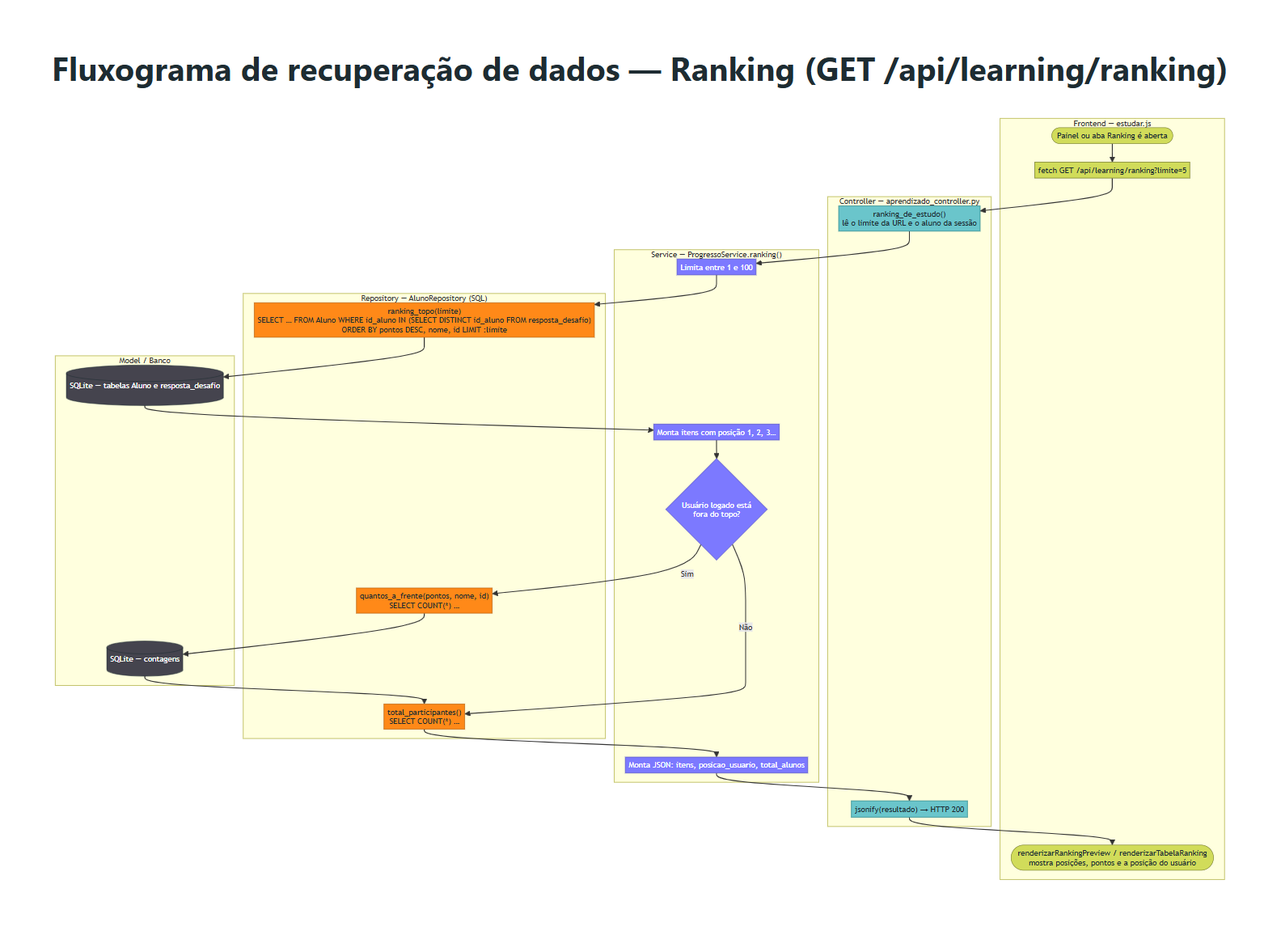
Above: docs/fluxograma_recuperacao_ranking.png in Alvaro3105/Explainer (Mermaid), before the change. Its source is kept beside it as docs/fluxograma_recuperacao_ranking.mmd.
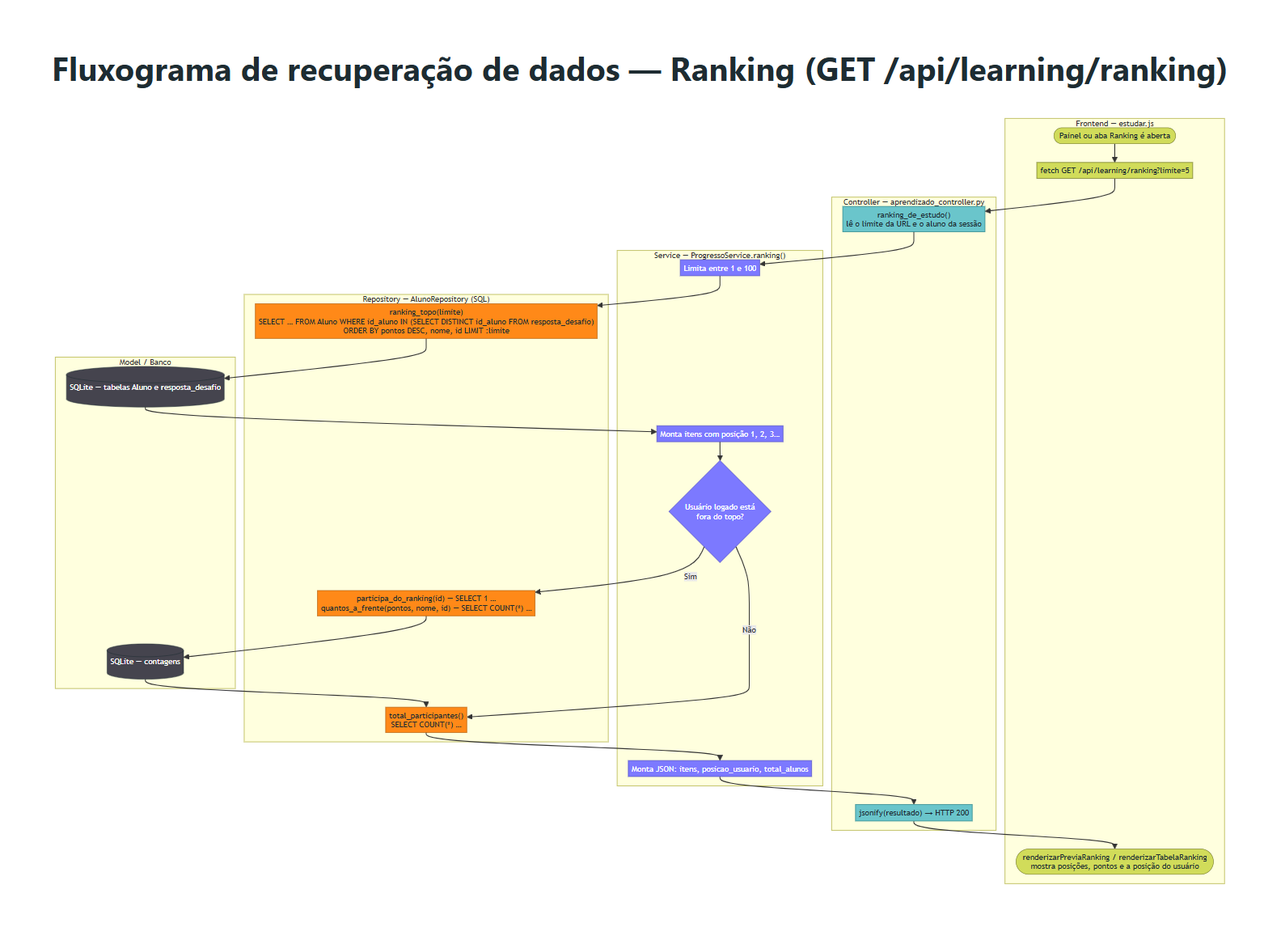
After the commit.

Commit message:
Diagramas atualizados e apresentação final

Diff of the diagram source:
```diff
@@ -1,7 +1,7 @@
 flowchart TD
   subgraph F["Frontend — estudar.js"]
     A(["Painel ou aba Ranking é aberta"]) --> B["fetch GET /api/learning/ranking?limite=5"]
-    Z(["renderizarRankingPreview / renderizarTabelaRanking<br/>mostra posições, pontos e a posição do usuário"])
+    Z(["renderizarPreviaRanking / renderizarTabelaRanking<br/>mostra posições, pontos e a posição do usuário"])
   end
   subgraph C["Controller — aprendizado_controller.py"]
     C1["ranking_de_estudo()<br/>lê o limite da URL e o aluno da sessão"]
@@ -15,7 +15,7 @@
   end
   subgraph R["Repository — AlunoRepository (SQL)"]
     R1["ranking_topo(limite)<br/>SELECT … FROM Aluno WHERE id_aluno IN (SELECT DISTINCT id_aluno FROM resposta_desafio)<br/>ORDER BY pontos DESC, nome, id LIMIT :limite"]
-    R2["quantos_a_frente(pontos, nome, id)<br/>SELECT COUNT(*) …"]
+    R2["participa_do_ranking(id) — SELECT 1 …<br/>quantos_a_frente(pontos, nome, id) — SELECT COUNT(*) …"]
     R3["total_participantes()<br/>SELECT COUNT(*) …"]
   end
   subgraph M["Model / Banco"]
```
